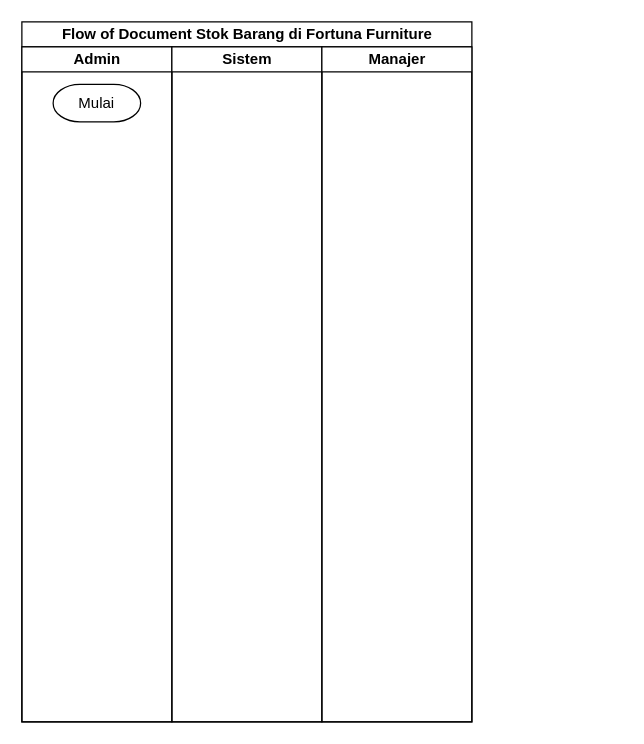
This is Flow of Document.drawio from adityafra/draw-pekael, a draw.io file, before an edit. Source tidied: cells renumbered, new cells numbered last; positions are measured from the earlier drawing's top-left corner, leaving out a move shared by most shapes. Both pictures are drawn from the tidied source at 125%, with x=0, y=0 at pixel (21, 21).
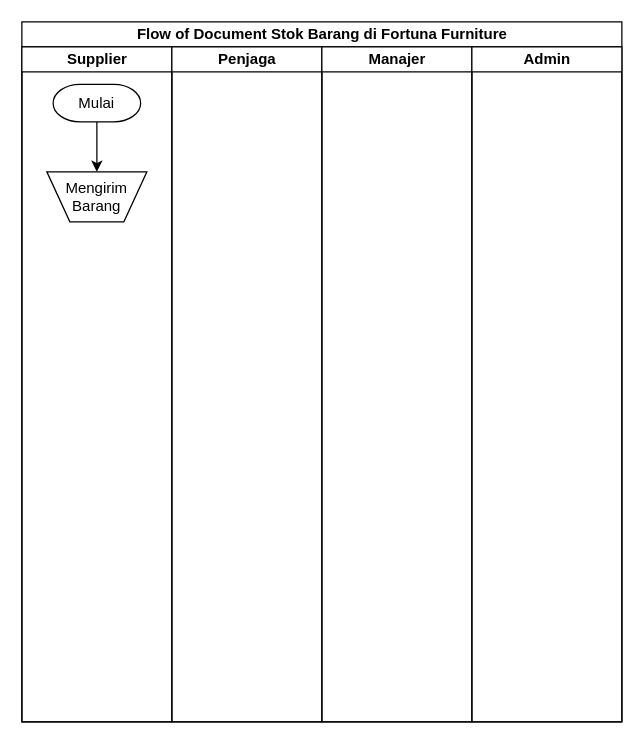
Above is the later version.

Diff of the diagram source:
```diff
@@
 <mxGraphModel>
   <root>
     <mxCell id="0" />
     <mxCell id="1" parent="0" />
     <mxCell id="2" value="Flow of Document Stok Barang di Fortuna Furniture" style="swimlane;startSize=20;html=1;" parent="1" vertex="1">
-      <mxGeometry width="360" height="560" as="geometry" />
+      <mxGeometry width="480" height="560" as="geometry" />
     </mxCell>
-    <mxCell id="3" value="Admin" style="swimlane;startSize=20;html=1;" parent="2" vertex="1">
+    <mxCell id="3" value="Supplier" style="swimlane;startSize=20;html=1;" parent="2" vertex="1">
       <mxGeometry y="20" width="120" height="540" as="geometry" />
     </mxCell>
+    <mxCell id="7" style="edgeStyle=orthogonalEdgeStyle;rounded=0;jettySize=auto;html=1;entryX=0.5;entryY=0;entryDx=0;entryDy=0;" parent="3" edge="1" source="4" target="8">
+      <mxGeometry relative="1" as="geometry" />
+    </mxCell>
     <mxCell id="4" value="Mulai" style="strokeWidth=1;html=1;shape=mxgraph.flowchart.terminator;whiteSpace=wrap;" parent="3" vertex="1">
       <mxGeometry x="25" y="30" width="70" height="30" as="geometry" />
     </mxCell>
+    <mxCell id="8" value="Mengirim Barang" style="verticalLabelPosition=middle;verticalAlign=middle;html=1;shape=trapezoid;perimeter=trapezoidPerimeter;whiteSpace=wrap;size=0.23;arcSize=10;flipV=1;labelPosition=center;align=center;" parent="3" vertex="1">
+      <mxGeometry x="20" y="100" width="80" height="40" as="geometry" />
+    </mxCell>
-    <mxCell id="5" value="Sistem" style="swimlane;startSize=20;html=1;" parent="2" vertex="1">
+    <mxCell id="5" value="Penjaga" style="swimlane;startSize=20;html=1;" parent="2" vertex="1">
       <mxGeometry x="120" y="20" width="120" height="540" as="geometry" />
     </mxCell>
     <mxCell id="6" value="Manajer" style="swimlane;startSize=20;html=1;" parent="2" vertex="1">
       <mxGeometry x="240" y="20" width="120" height="540" as="geometry" />
     </mxCell>
+    <mxCell id="9" value="Admin" style="swimlane;startSize=20;html=1;" parent="2" vertex="1">
+      <mxGeometry x="360" y="20" width="120" height="540" as="geometry" />
+    </mxCell>
   </root>
 </mxGraphModel>
```
